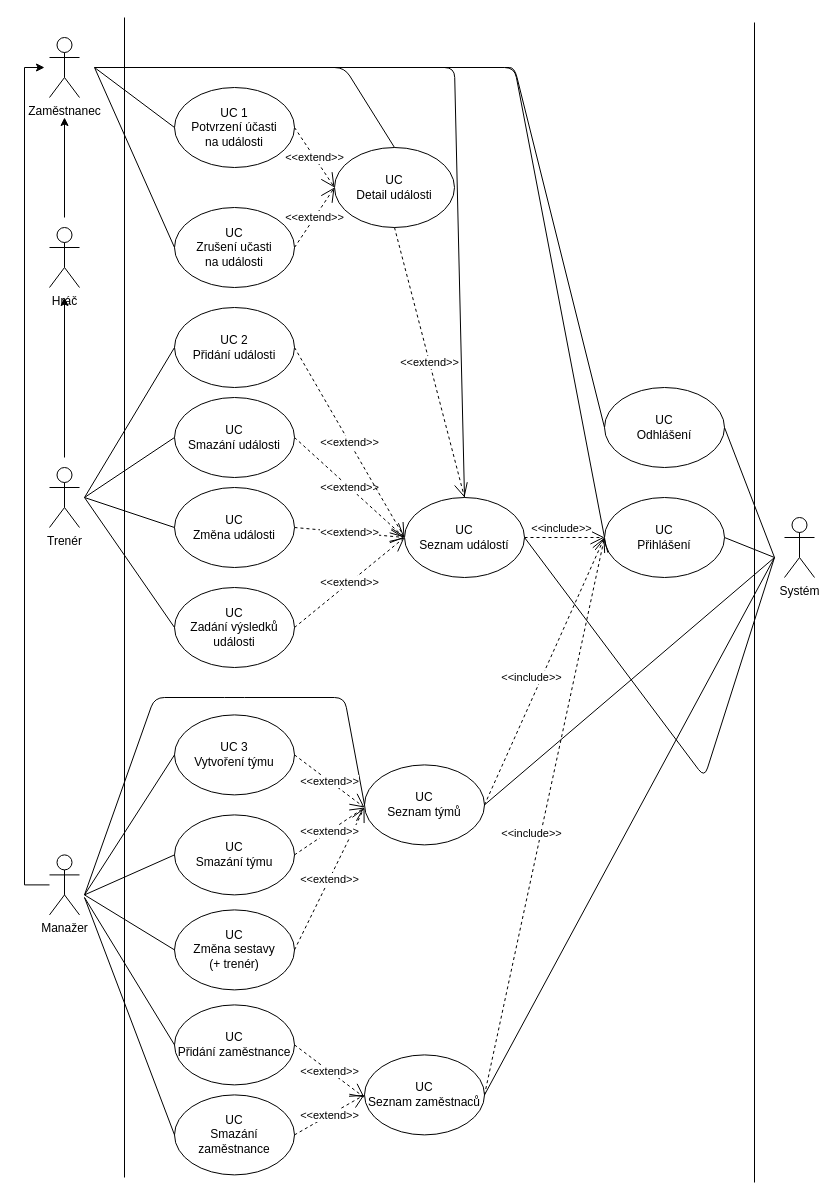
The draw.io diagram UseCaseDiagram.drawio in dminikm/EsportsIS, before the edit. Source tidied: cells renumbered, new cells numbered last; positions are measured from the earlier drawing's top-left corner, leaving out a move shared by most shapes. Both pictures are drawn from the tidied source at 100%, with x=0, y=0 at pixel (24, 17).
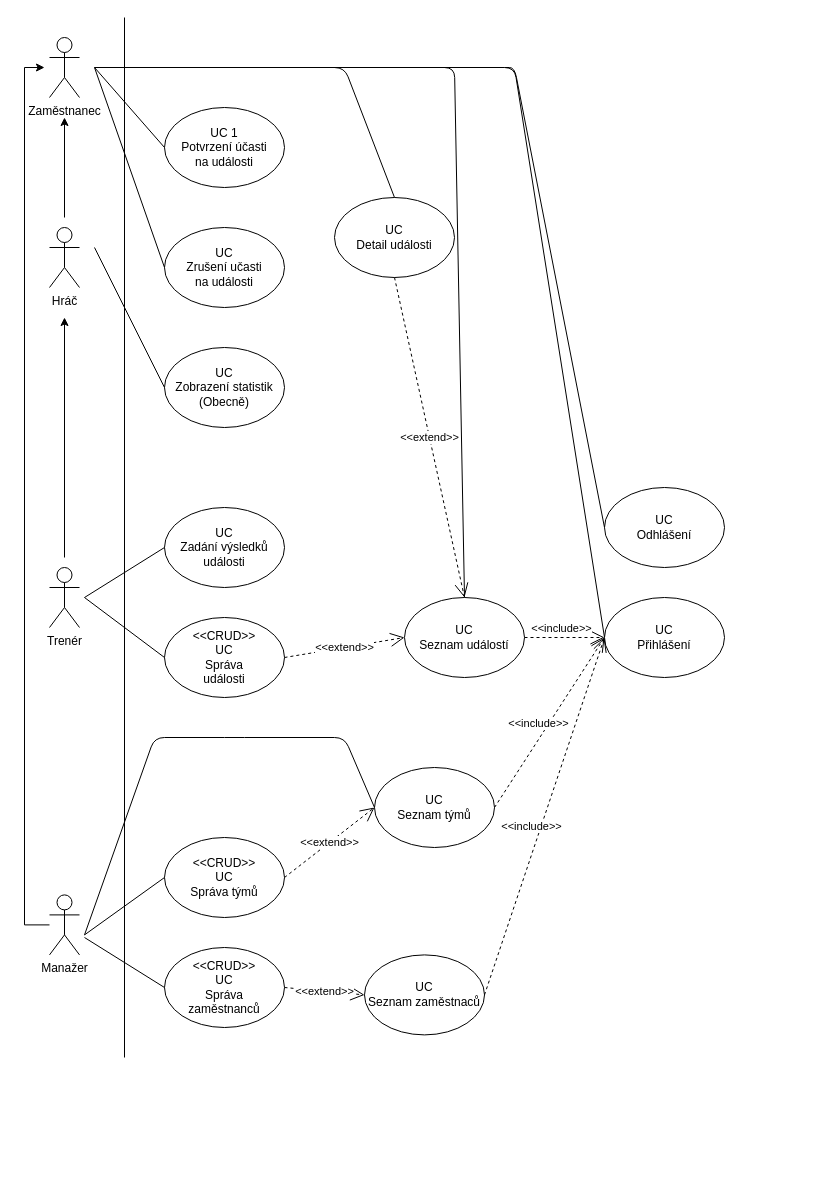
After the change.

Change to the diagram source:
```diff
@@
     <mxCell id="2" style="endArrow=none;html=1;" parent="1" edge="1">
       <mxGeometry relative="1" as="geometry">
-        <mxPoint x="100" y="1160" as="sourcePoint" />
+        <mxPoint x="100" y="1040" as="sourcePoint" />
         <mxPoint x="100" as="targetPoint" />
       </mxGeometry>
     </mxCell>
-    <mxCell id="3" style="endArrow=none;html=1;" parent="1" edge="1">
-      <mxGeometry relative="1" as="geometry">
-        <mxPoint x="730" y="1165" as="sourcePoint" />
-        <mxPoint x="730" y="5" as="targetPoint" />
-      </mxGeometry>
-    </mxCell>
@@
     <mxCell id="6" style="edgeStyle=orthogonalEdgeStyle;rounded=0;orthogonalLoop=1;jettySize=auto;html=1;" parent="1" edge="1">
       <mxGeometry relative="1" as="geometry">
-        <mxPoint x="40" y="440" as="sourcePoint" />
-        <mxPoint x="40" y="280" as="targetPoint" />
+        <mxPoint x="40" y="540" as="sourcePoint" />
+        <mxPoint x="40" y="300" as="targetPoint" />
       </mxGeometry>
     </mxCell>
     <mxCell id="7" value="Trenér" style="shape=umlActor;verticalLabelPosition=bottom;verticalAlign=top;html=1;" parent="1" vertex="1">
-      <mxGeometry x="25" y="450" width="30" height="60" as="geometry" />
+      <mxGeometry x="25" y="550" width="30" height="60" as="geometry" />
     </mxCell>
     <mxCell id="8" style="edgeStyle=orthogonalEdgeStyle;rounded=0;jettySize=auto;html=1;" parent="1" edge="1" source="9">
       <mxGeometry relative="1" as="geometry">
         <mxPoint x="20" y="50" as="targetPoint" />
         <Array as="points">
-          <mxPoint y="867" />
+          <mxPoint y="907" />
           <mxPoint y="50" />
         </Array>
       </mxGeometry>
     </mxCell>
     <mxCell id="9" value="Manažer" style="shape=umlActor;verticalLabelPosition=bottom;verticalAlign=top;html=1;outlineConnect=0;" parent="1" vertex="1">
-      <mxGeometry x="25" y="837.4" width="30" height="60" as="geometry" />
+      <mxGeometry x="25" y="877.4" width="30" height="60" as="geometry" />
     </mxCell>
@@
     <mxCell id="11" value="UC&lt;br&gt;Přihlášení" style="ellipse;whiteSpace=wrap;html=1;" parent="1" vertex="1">
-      <mxGeometry x="580" y="480" width="120" height="80" as="geometry" />
+      <mxGeometry x="580" y="580" width="120" height="80" as="geometry" />
     </mxCell>
-    <mxCell id="12" value="Systém" style="shape=umlActor;verticalLabelPosition=bottom;verticalAlign=top;html=1;" parent="1" vertex="1">
-      <mxGeometry x="760" y="500" width="30" height="60" as="geometry" />
-    </mxCell>
     <mxCell id="13" value="UC&lt;br&gt;Odhlášení" style="ellipse;whiteSpace=wrap;html=1;" parent="1" vertex="1">
-      <mxGeometry x="580" y="370" width="120" height="80" as="geometry" />
+      <mxGeometry x="580" y="470" width="120" height="80" as="geometry" />
     </mxCell>
-    <mxCell id="14" style="endArrow=none;html=1;entryX=1;entryY=0.5;entryDx=0;entryDy=0;" parent="1" edge="1" target="11">
-      <mxGeometry relative="1" as="geometry">
-        <mxPoint x="750" y="540" as="sourcePoint" />
-      </mxGeometry>
-    </mxCell>
-    <mxCell id="15" style="endArrow=none;html=1;exitX=1;exitY=0.5;exitDx=0;exitDy=0;" parent="1" edge="1" source="13">
-      <mxGeometry relative="1" as="geometry">
-        <mxPoint x="750" y="540" as="targetPoint" />
-      </mxGeometry>
-    </mxCell>
     <mxCell id="16" value="UC&lt;br&gt;Seznam týmů" style="ellipse;whiteSpace=wrap;html=1;" parent="1" vertex="1">
-      <mxGeometry x="340" y="747.4" width="120" height="80" as="geometry" />
+      <mxGeometry x="350" y="750" width="120" height="80" as="geometry" />
     </mxCell>
@@
-    <mxCell id="19" value="UC 3&lt;br&gt;Vytvoření týmu" style="ellipse;whiteSpace=wrap;html=1;" parent="1" vertex="1">
-      <mxGeometry x="150" y="697.4" width="120" height="80" as="geometry" />
+    <mxCell id="19" value="&amp;lt;&amp;lt;CRUD&amp;gt;&amp;gt;&lt;br&gt;UC&lt;br&gt;Správa týmů" style="ellipse;whiteSpace=wrap;html=1;" parent="1" vertex="1">
+      <mxGeometry x="140" y="820" width="120" height="80" as="geometry" />
     </mxCell>
     <mxCell id="20" style="endArrow=none;html=1;entryX=0;entryY=0.5;entryDx=0;entryDy=0;" parent="1" edge="1" target="19">
       <mxGeometry relative="1" as="geometry">
-        <mxPoint x="60" y="877.4" as="sourcePoint" />
+        <mxPoint x="60" y="917.4" as="sourcePoint" />
       </mxGeometry>
     </mxCell>
-    <mxCell id="21" value="UC&lt;br&gt;Smazání týmu" style="ellipse;whiteSpace=wrap;html=1;" parent="1" vertex="1">
-      <mxGeometry x="150" y="797.4" width="120" height="80" as="geometry" />
-    </mxCell>
-    <mxCell id="22" style="endArrow=none;html=1;entryX=0;entryY=0.5;entryDx=0;entryDy=0;" parent="1" edge="1" target="21">
-      <mxGeometry relative="1" as="geometry">
-        <mxPoint x="60" y="877.4" as="sourcePoint" />
-      </mxGeometry>
-    </mxCell>
-    <mxCell id="23" value="UC&lt;br&gt;Změna sestavy&lt;br&gt;(+ trenér)" style="ellipse;whiteSpace=wrap;html=1;" parent="1" vertex="1">
-      <mxGeometry x="150" y="892.4" width="120" height="80" as="geometry" />
-    </mxCell>
-    <mxCell id="24" style="endArrow=none;html=1;entryX=0;entryY=0.5;entryDx=0;entryDy=0;" parent="1" edge="1" target="23">
-      <mxGeometry relative="1" as="geometry">
-        <mxPoint x="60" y="877.4" as="sourcePoint" />
-      </mxGeometry>
-    </mxCell>
     <mxCell id="25" value="UC&lt;br&gt;Seznam událostí" style="ellipse;whiteSpace=wrap;html=1;" parent="1" vertex="1">
-      <mxGeometry x="380" y="480" width="120" height="80" as="geometry" />
+      <mxGeometry x="380" y="580" width="120" height="80" as="geometry" />
     </mxCell>
     <mxCell id="26" style="endArrow=none;html=1;exitX=0;exitY=0.5;exitDx=0;exitDy=0;" parent="1" edge="1" source="16">
       <mxGeometry relative="1" as="geometry">
-        <mxPoint x="60" y="877.4" as="targetPoint" />
+        <mxPoint x="60" y="917.4" as="targetPoint" />
         <Array as="points">
-          <mxPoint x="320" y="680" />
-          <mxPoint x="210" y="680" />
-          <mxPoint x="130" y="680" />
+          <mxPoint x="320" y="720" />
+          <mxPoint x="210" y="720" />
+          <mxPoint x="130" y="720" />
         </Array>
       </mxGeometry>
     </mxCell>
     <mxCell id="27" value="UC&lt;br&gt;Seznam zaměstnaců" style="ellipse;whiteSpace=wrap;html=1;" parent="1" vertex="1">
-      <mxGeometry x="340" y="1037.4" width="120" height="80" as="geometry" />
+      <mxGeometry x="340" y="937.4" width="120" height="80" as="geometry" />
     </mxCell>
-    <mxCell id="28" style="endArrow=none;html=1;exitX=1;exitY=0.5;exitDx=0;exitDy=0;" parent="1" edge="1" source="16">
-      <mxGeometry relative="1" as="geometry">
-        <mxPoint x="750" y="540" as="targetPoint" />
-      </mxGeometry>
-    </mxCell>
-    <mxCell id="29" value="UC&lt;br&gt;Přidání zaměstnance" style="ellipse;whiteSpace=wrap;html=1;" parent="1" vertex="1">
-      <mxGeometry x="150" y="987.4" width="120" height="80" as="geometry" />
+    <mxCell id="29" value="&amp;lt;&amp;lt;CRUD&amp;gt;&amp;gt;&lt;br&gt;UC&lt;br&gt;Správa&lt;br&gt;zaměstnanců" style="ellipse;whiteSpace=wrap;html=1;" parent="1" vertex="1">
+      <mxGeometry x="140" y="930" width="120" height="80" as="geometry" />
     </mxCell>
-    <mxCell id="30" value="UC&lt;br&gt;Smazání zaměstnance" style="ellipse;whiteSpace=wrap;html=1;" parent="1" vertex="1">
-      <mxGeometry x="150" y="1077.4" width="120" height="80" as="geometry" />
-    </mxCell>
-    <mxCell id="31" style="endArrow=none;html=1;exitX=1;exitY=0.5;exitDx=0;exitDy=0;" parent="1" edge="1" source="27">
-      <mxGeometry relative="1" as="geometry">
-        <mxPoint x="750" y="540" as="targetPoint" />
-      </mxGeometry>
-    </mxCell>
-    <mxCell id="32" value="UC 2&lt;br&gt;Přidání události" style="ellipse;whiteSpace=wrap;html=1;" parent="1" vertex="1">
-      <mxGeometry x="150" y="290" width="120" height="80" as="geometry" />
-    </mxCell>
-    <mxCell id="33" style="endArrow=none;html=1;entryX=0;entryY=0.5;entryDx=0;entryDy=0;" parent="1" edge="1" target="32">
-      <mxGeometry relative="1" as="geometry">
-        <mxPoint x="60" y="480" as="sourcePoint" />
-      </mxGeometry>
-    </mxCell>
-    <mxCell id="34" value="UC&lt;br&gt;Smazání události" style="ellipse;whiteSpace=wrap;html=1;" parent="1" vertex="1">
-      <mxGeometry x="150" y="380" width="120" height="80" as="geometry" />
+    <mxCell id="34" value="&amp;lt;&amp;lt;CRUD&amp;gt;&amp;gt;&lt;br&gt;UC&lt;br&gt;Správa&lt;br&gt;události" style="ellipse;whiteSpace=wrap;html=1;" parent="1" vertex="1">
+      <mxGeometry x="140" y="600" width="120" height="80" as="geometry" />
     </mxCell>
     <mxCell id="35" style="endArrow=none;html=1;exitX=0;exitY=0.5;exitDx=0;exitDy=0;" parent="1" edge="1" source="34">
       <mxGeometry relative="1" as="geometry">
-        <mxPoint x="60" y="480" as="targetPoint" />
+        <mxPoint x="60" y="580" as="targetPoint" />
       </mxGeometry>
     </mxCell>
     <mxCell id="36" value="UC 1&lt;br&gt;Potvrzení účasti&lt;br&gt;na události" style="ellipse;whiteSpace=wrap;html=1;" parent="1" vertex="1">
-      <mxGeometry x="150" y="70" width="120" height="80" as="geometry" />
+      <mxGeometry x="140" y="90" width="120" height="80" as="geometry" />
     </mxCell>
@@
     <mxCell id="38" value="UC&lt;br&gt;Detail události" style="ellipse;whiteSpace=wrap;html=1;" parent="1" vertex="1">
-      <mxGeometry x="310" y="130" width="120" height="80" as="geometry" />
+      <mxGeometry x="310" y="180" width="120" height="80" as="geometry" />
     </mxCell>
@@
     <mxCell id="40" value="UC&lt;br&gt;Zrušení učasti&lt;br&gt;na události" style="ellipse;whiteSpace=wrap;html=1;" parent="1" vertex="1">
-      <mxGeometry x="150" y="190" width="120" height="80" as="geometry" />
+      <mxGeometry x="140" y="210" width="120" height="80" as="geometry" />
     </mxCell>
@@
-    <mxCell id="43" value="UC&lt;br&gt;Změna události" style="ellipse;whiteSpace=wrap;html=1;" parent="1" vertex="1">
-      <mxGeometry x="150" y="470" width="120" height="80" as="geometry" />
-    </mxCell>
     <mxCell id="44" value="UC&lt;br&gt;Zadání výsledků&lt;br&gt;události" style="ellipse;whiteSpace=wrap;html=1;" parent="1" vertex="1">
-      <mxGeometry x="150" y="570" width="120" height="80" as="geometry" />
+      <mxGeometry x="140" y="490" width="120" height="80" as="geometry" />
     </mxCell>
-    <mxCell id="45" style="endArrow=none;html=1;exitX=0;exitY=0.5;exitDx=0;exitDy=0;" parent="1" edge="1" source="43">
-      <mxGeometry relative="1" as="geometry">
-        <mxPoint x="60" y="480" as="targetPoint" />
-      </mxGeometry>
-    </mxCell>
     <mxCell id="46" style="endArrow=none;html=1;exitX=0;exitY=0.5;exitDx=0;exitDy=0;" parent="1" edge="1" source="44">
       <mxGeometry relative="1" as="geometry">
-        <mxPoint x="60" y="480" as="targetPoint" />
+        <mxPoint x="60" y="580" as="targetPoint" />
       </mxGeometry>
     </mxCell>
@@
-    <mxCell id="48" value="&amp;lt;&amp;lt;extend&amp;gt;&amp;gt;" style="endArrow=open;endSize=12;dashed=1;html=1;exitX=1;exitY=0.5;exitDx=0;exitDy=0;entryX=0;entryY=0.5;entryDx=0;entryDy=0;" parent="1" edge="1" source="30" target="27">
-      <mxGeometry relative="1" as="geometry" />
-    </mxCell>
-    <mxCell id="49" value="&amp;lt;&amp;lt;extend&amp;gt;&amp;gt;" style="endArrow=open;endSize=12;dashed=1;html=1;exitX=1;exitY=0.5;exitDx=0;exitDy=0;" parent="1" edge="1" source="29">
-      <mxGeometry relative="1" as="geometry">
-        <mxPoint x="340" y="1080" as="targetPoint" />
-      </mxGeometry>
+    <mxCell id="49" value="&amp;lt;&amp;lt;extend&amp;gt;&amp;gt;" style="endArrow=open;endSize=12;dashed=1;html=1;exitX=1;exitY=0.5;exitDx=0;exitDy=0;entryX=0;entryY=0.5;entryDx=0;entryDy=0;" parent="1" edge="1" source="29" target="27">
+      <mxGeometry relative="1" as="geometry" />
     </mxCell>
-    <mxCell id="50" value="&amp;lt;&amp;lt;extend&amp;gt;&amp;gt;" style="endArrow=open;endSize=12;dashed=1;html=1;exitX=1;exitY=0.5;exitDx=0;exitDy=0;" parent="1" edge="1" source="23">
-      <mxGeometry relative="1" as="geometry">
-        <mxPoint x="340" y="790" as="targetPoint" />
-      </mxGeometry>
-    </mxCell>
-    <mxCell id="51" value="&amp;lt;&amp;lt;extend&amp;gt;&amp;gt;" style="endArrow=open;endSize=12;dashed=1;html=1;exitX=1;exitY=0.5;exitDx=0;exitDy=0;" parent="1" edge="1" source="21">
-      <mxGeometry relative="1" as="geometry">
-        <mxPoint x="340" y="790" as="targetPoint" />
-      </mxGeometry>
-    </mxCell>
-    <mxCell id="52" value="&amp;lt;&amp;lt;extend&amp;gt;&amp;gt;" style="endArrow=open;endSize=12;dashed=1;html=1;exitX=1;exitY=0.5;exitDx=0;exitDy=0;" parent="1" edge="1" source="19">
-      <mxGeometry relative="1" as="geometry">
-        <mxPoint x="340" y="790" as="targetPoint" />
-      </mxGeometry>
+    <mxCell id="52" value="&amp;lt;&amp;lt;extend&amp;gt;&amp;gt;" style="endArrow=open;endSize=12;dashed=1;html=1;exitX=1;exitY=0.5;exitDx=0;exitDy=0;entryX=0;entryY=0.5;entryDx=0;entryDy=0;" parent="1" edge="1" source="19" target="16">
+      <mxGeometry relative="1" as="geometry" />
     </mxCell>
     <mxCell id="53" value="&amp;lt;&amp;lt;include&amp;gt;&amp;gt;" style="endArrow=open;endSize=12;dashed=1;html=1;exitX=1;exitY=0.5;exitDx=0;exitDy=0;" parent="1" edge="1" source="16">
       <mxGeometry x="-0.07" y="9" relative="1" as="geometry">
-        <mxPoint x="580" y="520" as="targetPoint" />
+        <mxPoint x="580" y="620" as="targetPoint" />
       </mxGeometry>
     </mxCell>
@@
-    <mxCell id="55" value="&amp;lt;&amp;lt;extend&amp;gt;&amp;gt;" style="endArrow=open;endSize=12;dashed=1;html=1;exitX=1;exitY=0.5;exitDx=0;exitDy=0;entryX=0;entryY=0.5;entryDx=0;entryDy=0;" parent="1" edge="1" source="44" target="25">
-      <mxGeometry relative="1" as="geometry" />
-    </mxCell>
-    <mxCell id="56" value="&amp;lt;&amp;lt;extend&amp;gt;&amp;gt;" style="endArrow=open;endSize=12;dashed=1;html=1;exitX=1;exitY=0.5;exitDx=0;exitDy=0;entryX=0;entryY=0.5;entryDx=0;entryDy=0;" parent="1" edge="1" source="43" target="25">
-      <mxGeometry relative="1" as="geometry" />
-    </mxCell>
@@
-    <mxCell id="58" value="&amp;lt;&amp;lt;extend&amp;gt;&amp;gt;" style="endArrow=open;endSize=12;dashed=1;html=1;exitX=1;exitY=0.5;exitDx=0;exitDy=0;" parent="1" edge="1" source="32">
-      <mxGeometry relative="1" as="geometry">
-        <mxPoint x="380" y="520" as="targetPoint" />
-      </mxGeometry>
-    </mxCell>
@@
-    <mxCell id="60" value="&amp;lt;&amp;lt;extend&amp;gt;&amp;gt;" style="endArrow=open;endSize=12;dashed=1;html=1;exitX=1;exitY=0.5;exitDx=0;exitDy=0;entryX=0;entryY=0.5;entryDx=0;entryDy=0;" parent="1" edge="1" source="36" target="38">
-      <mxGeometry relative="1" as="geometry" />
-    </mxCell>
-    <mxCell id="61" value="&amp;lt;&amp;lt;extend&amp;gt;&amp;gt;" style="endArrow=open;endSize=12;dashed=1;html=1;exitX=1;exitY=0.5;exitDx=0;exitDy=0;" parent="1" edge="1" source="40">
-      <mxGeometry relative="1" as="geometry">
-        <mxPoint x="310" y="170" as="targetPoint" />
-      </mxGeometry>
-    </mxCell>
-    <mxCell id="62" style="endArrow=none;html=1;exitX=1;exitY=0.5;exitDx=0;exitDy=0;" parent="1" edge="1" source="25">
-      <mxGeometry relative="1" as="geometry">
-        <mxPoint x="750" y="540" as="targetPoint" />
-        <Array as="points">
-          <mxPoint x="680" y="760" />
-        </Array>
-      </mxGeometry>
-    </mxCell>
     <mxCell id="63" style="endArrow=none;html=1;exitX=0;exitY=0.5;exitDx=0;exitDy=0;" parent="1" edge="1" source="29">
       <mxGeometry relative="1" as="geometry">
-        <mxPoint x="60" y="880" as="targetPoint" />
+        <mxPoint x="60" y="920" as="targetPoint" />
       </mxGeometry>
     </mxCell>
-    <mxCell id="64" style="endArrow=none;html=1;exitX=0;exitY=0.5;exitDx=0;exitDy=0;" parent="1" edge="1" source="30">
-      <mxGeometry relative="1" as="geometry">
-        <mxPoint x="60" y="880" as="targetPoint" />
-      </mxGeometry>
-    </mxCell>
+    <mxCell id="65" value="UC&lt;br&gt;Zobrazení statistik&lt;br&gt;(Obecně)" style="ellipse;whiteSpace=wrap;html=1;" parent="1" vertex="1">
+      <mxGeometry x="140" y="330" width="120" height="80" as="geometry" />
+    </mxCell>
+    <mxCell id="66" style="endArrow=none;html=1;exitX=0;exitY=0.5;exitDx=0;exitDy=0;" parent="1" edge="1" source="65">
+      <mxGeometry relative="1" as="geometry">
+        <mxPoint x="70" y="230" as="targetPoint" />
+      </mxGeometry>
+    </mxCell>
```
